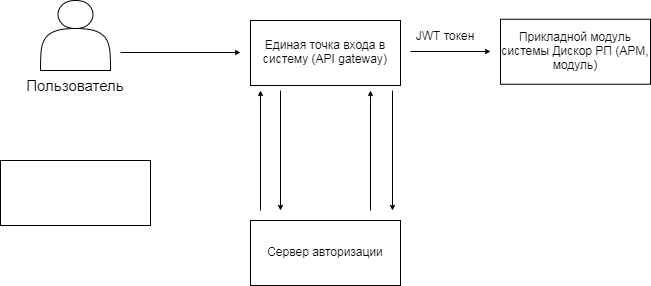
Before: Схема_авторизации.png, a diagram exported from draw.io (Snewel/OAuth). Source tidied: cells renumbered, new cells last; positions are measured from the earlier drawing's top-left corner, leaving out a move shared by most shapes.
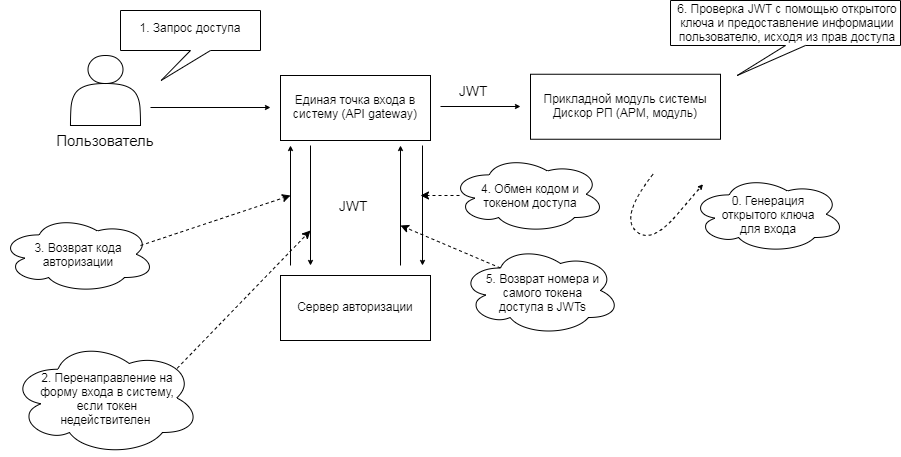
The same diagram one commit later.

What changed in the source:
```diff
@@ -2,6 +2,9 @@
   <root>
     <mxCell id="0" />
     <mxCell id="1" parent="0" />
+    <mxCell id="18" style="ellipse;shape=cloud;whiteSpace=wrap;html=1;strokeColor=#000000;fillColor=#ffffff;" parent="1" vertex="1">
+      <mxGeometry x="660" y="120" width="155" height="77.5" as="geometry" />
+    </mxCell>
     <mxCell id="2" style="edgeStyle=orthogonalEdgeStyle;rounded=0;orthogonalLoop=1;jettySize=auto;html=1;endSize=3;" parent="1" edge="1">
       <mxGeometry relative="1" as="geometry">
         <mxPoint x="120" y="52" as="sourcePoint" />
@@ -26,14 +29,11 @@
     <mxCell id="7" value="Единая точка входа в систему (API gateway)" style="text;html=1;strokeColor=none;fillColor=none;align=center;verticalAlign=middle;whiteSpace=wrap;rounded=0;" parent="1" vertex="1">
       <mxGeometry x="250" y="20" width="150" height="62.5" as="geometry" />
     </mxCell>
-    <mxCell id="8" style="rounded=0;whiteSpace=wrap;html=1;" parent="1" vertex="1">
-      <mxGeometry y="160" width="150" height="65" as="geometry" />
-    </mxCell>
     <mxCell id="9" style="rounded=0;whiteSpace=wrap;html=1;" parent="1" vertex="1">
-      <mxGeometry x="500" y="18.8" width="150" height="65" as="geometry" />
+      <mxGeometry x="500" y="18.8" width="190" height="65" as="geometry" />
     </mxCell>
     <mxCell id="10" value="&lt;font style=&quot;font-size: 12px&quot;&gt;Прикладной модуль системы Дискор РП (АРМ, модуль)&lt;/font&gt;" style="text;html=1;strokeColor=none;fillColor=none;align=center;verticalAlign=middle;whiteSpace=wrap;rounded=0;" parent="1" vertex="1">
-      <mxGeometry x="500" y="18.8" width="150" height="62.5" as="geometry" />
+      <mxGeometry x="500" y="18.8" width="190" height="62.5" as="geometry" />
     </mxCell>
     <mxCell id="11" style="rounded=0;whiteSpace=wrap;html=1;" parent="1" vertex="1">
       <mxGeometry x="250" y="220" width="150" height="65" as="geometry" />
@@ -65,8 +65,83 @@
         <mxPoint x="280" y="210" as="targetPoint" />
       </mxGeometry>
     </mxCell>
-    <mxCell id="17" value="JWT токен" style="text;html=1;strokeColor=none;fillColor=none;align=center;verticalAlign=middle;whiteSpace=wrap;rounded=0;" parent="1" vertex="1">
+    <mxCell id="17" value="&lt;font style=&quot;font-size: 14px&quot;&gt;JWT&amp;nbsp;&lt;/font&gt;" style="text;html=1;strokeColor=none;fillColor=none;align=center;verticalAlign=middle;whiteSpace=wrap;rounded=0;" parent="1" vertex="1">
       <mxGeometry x="410" y="25" width="70" height="20" as="geometry" />
     </mxCell>
+    <mxCell id="19" value="0. Генерация открытого ключа для входа" style="text;html=1;strokeColor=none;fillColor=none;align=center;verticalAlign=middle;whiteSpace=wrap;rounded=0;" parent="1" vertex="1">
+      <mxGeometry x="682.5" y="143.8" width="110" height="30" as="geometry" />
+    </mxCell>
+    <mxCell id="20" style="curved=1;endArrow=classic;html=1;strokeColor=#000000;endSize=3;dashed=1;" parent="1" edge="1">
+      <mxGeometry relative="1" as="geometry">
+        <mxPoint x="622.5" y="118.8" as="sourcePoint" />
+        <mxPoint x="672.5" y="128.8" as="targetPoint" />
+        <Array as="points">
+          <mxPoint x="590" y="160" />
+          <mxPoint x="620" y="190" />
+          <mxPoint x="672.5" y="128.8" />
+        </Array>
+      </mxGeometry>
+    </mxCell>
+    <mxCell id="21" value="&lt;font style=&quot;font-size: 14px&quot;&gt;JWT&amp;nbsp;&lt;/font&gt;" style="text;html=1;strokeColor=none;fillColor=none;align=center;verticalAlign=middle;whiteSpace=wrap;rounded=0;" parent="1" vertex="1">
+      <mxGeometry x="290" y="140" width="70" height="20" as="geometry" />
+    </mxCell>
+    <mxCell id="22" style="shape=callout;whiteSpace=wrap;html=1;perimeter=calloutPerimeter;strokeColor=#000000;fillColor=#ffffff;position2=0.29;" parent="1" vertex="1">
+      <mxGeometry x="90" y="-45" width="140" height="70" as="geometry" />
+    </mxCell>
+    <mxCell id="23" value="1. Запрос доступа" style="text;html=1;strokeColor=none;fillColor=none;align=center;verticalAlign=middle;whiteSpace=wrap;rounded=0;" parent="1" vertex="1">
+      <mxGeometry x="90" y="-45" width="140" height="35" as="geometry" />
+    </mxCell>
+    <mxCell id="24" style="endArrow=classic;html=1;dashed=1;strokeColor=#000000;" parent="1" edge="1">
+      <mxGeometry relative="1" as="geometry">
+        <mxPoint x="130" y="330" as="sourcePoint" />
+        <mxPoint x="280" y="175" as="targetPoint" />
+      </mxGeometry>
+    </mxCell>
+    <mxCell id="25" style="ellipse;shape=cloud;whiteSpace=wrap;html=1;strokeColor=#000000;fillColor=#ffffff;" parent="1" vertex="1">
+      <mxGeometry x="-20" y="285" width="190" height="115" as="geometry" />
+    </mxCell>
+    <mxCell id="26" value="2. Перенаправление на форму входа в систему, если токен недействителен&amp;nbsp;" style="text;html=1;strokeColor=none;fillColor=none;align=center;verticalAlign=middle;whiteSpace=wrap;rounded=0;" parent="1" vertex="1">
+      <mxGeometry x="7.5" y="313.8" width="137.5" height="57.5" as="geometry" />
+    </mxCell>
+    <mxCell id="27" style="ellipse;shape=cloud;whiteSpace=wrap;html=1;strokeColor=#000000;fillColor=#ffffff;" parent="1" vertex="1">
+      <mxGeometry x="-30" y="160" width="155" height="77.5" as="geometry" />
+    </mxCell>
+    <mxCell id="28" style="endArrow=classic;html=1;dashed=1;strokeColor=#000000;" parent="1" edge="1">
+      <mxGeometry relative="1" as="geometry">
+        <mxPoint x="110" y="190" as="sourcePoint" />
+        <mxPoint x="260" y="140" as="targetPoint" />
+      </mxGeometry>
+    </mxCell>
+    <mxCell id="29" value="3. Возврат кода авторизации" style="text;html=1;strokeColor=none;fillColor=none;align=center;verticalAlign=middle;whiteSpace=wrap;rounded=0;" parent="1" vertex="1">
+      <mxGeometry x="-17.5" y="166.9" width="130" height="63.8" as="geometry" />
+    </mxCell>
+    <mxCell id="30" style="ellipse;shape=cloud;whiteSpace=wrap;html=1;strokeColor=#000000;fillColor=#ffffff;" parent="1" vertex="1">
+      <mxGeometry x="420" y="100" width="155" height="77.5" as="geometry" />
+    </mxCell>
+    <mxCell id="31" style="endArrow=classic;html=1;dashed=1;strokeColor=#000000;exitX=0.058;exitY=0.516;exitDx=0;exitDy=0;exitPerimeter=0;" parent="1" edge="1" source="30">
+      <mxGeometry relative="1" as="geometry">
+        <mxPoint x="390" y="140" as="targetPoint" />
+      </mxGeometry>
+    </mxCell>
+    <mxCell id="32" value="4. Обмен кодом и токеном доступа" style="text;html=1;strokeColor=none;fillColor=none;align=center;verticalAlign=middle;whiteSpace=wrap;rounded=0;" parent="1" vertex="1">
+      <mxGeometry x="440" y="120" width="120" height="40" as="geometry" />
+    </mxCell>
+    <mxCell id="33" style="ellipse;shape=cloud;whiteSpace=wrap;html=1;strokeColor=#000000;fillColor=#ffffff;" parent="1" vertex="1">
+      <mxGeometry x="430" y="190" width="160" height="90" as="geometry" />
+    </mxCell>
+    <mxCell id="34" style="endArrow=classic;html=1;dashed=1;strokeColor=#000000;exitX=0.25;exitY=0.25;exitDx=0;exitDy=0;exitPerimeter=0;" parent="1" edge="1" source="33">
+      <mxGeometry relative="1" as="geometry">
+        <mxPoint x="370" y="170" as="targetPoint" />
+      </mxGeometry>
+    </mxCell>
+    <mxCell id="35" value="5. Возврат номера и самого токена доступа в JWTs" style="text;html=1;strokeColor=none;fillColor=none;align=center;verticalAlign=middle;whiteSpace=wrap;rounded=0;" parent="1" vertex="1">
+      <mxGeometry x="450" y="210" width="125" height="54.7" as="geometry" />
+    </mxCell>
+    <mxCell id="36" style="shape=callout;whiteSpace=wrap;html=1;perimeter=calloutPerimeter;strokeColor=#000000;fillColor=#ffffff;position2=0.29;" parent="1" vertex="1">
+      <mxGeometry x="640" y="-55" width="230" height="75" as="geometry" />
+    </mxCell>
+    <mxCell id="37" value="6. Проверка JWT с помощью открытого ключа и предоставление информации пользователю, исходя из прав доступа" style="text;html=1;strokeColor=none;fillColor=none;align=center;verticalAlign=middle;whiteSpace=wrap;rounded=0;" parent="1" vertex="1">
+      <mxGeometry x="642.5" y="-55" width="227.5" height="45" as="geometry" />
+    </mxCell>
   </root>
 </mxGraphModel>
```
